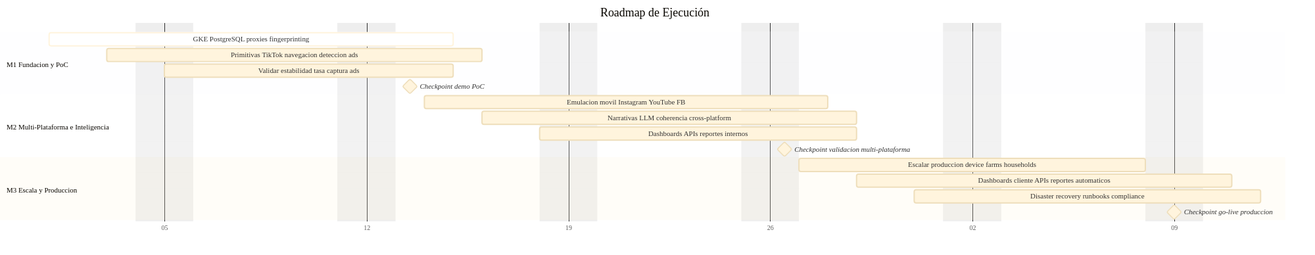
Before: docs/presentation/visuals/renders/03_timeline.png, a diagram exported from Mermaid (SeenkaMedia/persona). Its source is kept beside it as docs/presentation/visuals/03_timeline.mmd. Source of this version:
```mermaid
%%{init: {'theme':'base', 'themeVariables': { 'fontSize':'28px', 'fontFamily':'Lato'}, 'gantt': {'useWidth': 2000}}}%%

gantt
    title Roadmap de Ejecución
    dateFormat YYYY-MM-DD
    axisFormat %d
    excludes weekends

    section M1 Fundacion y PoC
    GKE PostgreSQL proxies fingerprinting       :active, m1a, 2025-01-01, 10d
    Primitivas TikTok navegacion deteccion ads    :m1b, 2025-01-03, 9d
    Validar estabilidad tasa captura ads         :m1c, 2025-01-05, 8d
    Checkpoint demo PoC                             :milestone, m1d, 2025-01-13, 1d

    section M2 Multi-Plataforma e Inteligencia
    Emulacion movil Instagram YouTube FB      :m2a, 2025-01-14, 10d
    Narrativas LLM coherencia cross-platform    :m2b, 2025-01-16, 9d
    Dashboards APIs reportes internos           :m2c, 2025-01-18, 8d
    Checkpoint validacion multi-plataforma            :milestone, m2d, 2025-01-26, 1d

    section M3 Escala y Produccion
    Escalar produccion device farms households   :m3a, 2025-01-27, 10d
    Dashboards cliente APIs reportes automaticos   :m3b, 2025-01-29, 9d
    Disaster recovery runbooks compliance      :m3c, 2025-01-31, 8d
    Checkpoint go-live produccion                   :milestone, m3d, 2025-02-08, 1d
```
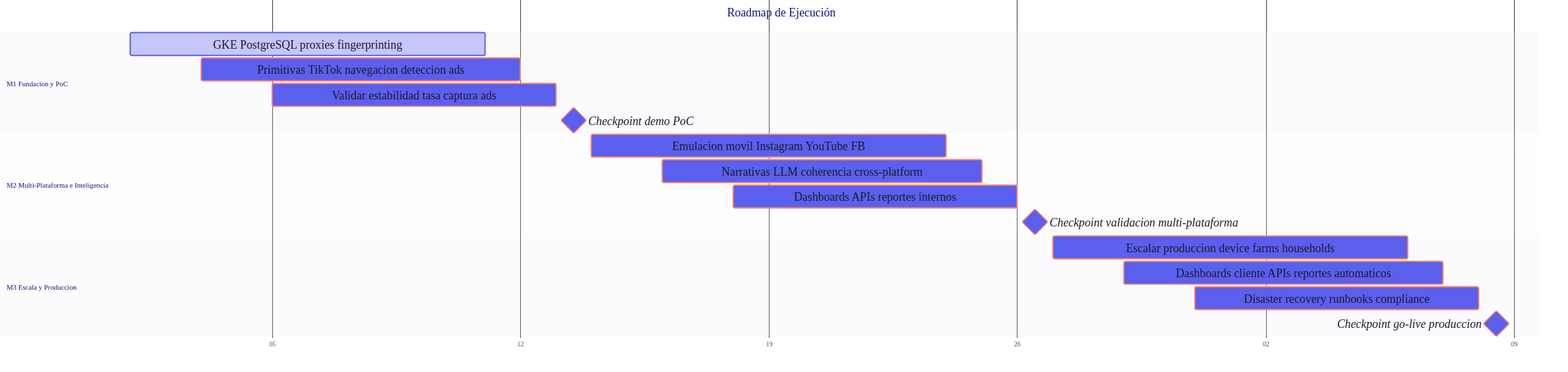
Above is the later version.

The edit, as a diff of the source:
```diff
@@ -1,25 +1,24 @@
-%%{init: {'theme':'base', 'themeVariables': { 'fontSize':'28px', 'fontFamily':'Lato'}, 'gantt': {'useWidth': 2000}}}%%
+%%{init: {'theme':'base', 'themeVariables': { 'fontSize':'20px', 'fontFamily':'Lato', 'primaryColor':'#5B5FED', 'primaryTextColor':'#1a1a2e', 'primaryBorderColor':'#FF7F6A', 'lineColor':'#555555', 'gridColor':'#555555', 'todayLineColor':'#FF7F6A', 'sectionBkgColor':'#E8E9F5', 'altSectionBkgColor':'#F8F9FA', 'sectionBkgColor2':'#F0F1FF'}, 'gantt': {'useWidth': 2400, 'fontSize': 18, 'numberSectionStyles': 3, 'axisFormat': '%d', 'gridLineStartPadding': 0, 'leftPadding': 200, 'barHeight': 35}}}%%
 
 gantt
     title Roadmap de Ejecución
     dateFormat YYYY-MM-DD
     axisFormat %d
-    excludes weekends
 
     section M1 Fundacion y PoC
-    GKE PostgreSQL proxies fingerprinting       :active, m1a, 2025-01-01, 10d
-    Primitivas TikTok navegacion deteccion ads    :m1b, 2025-01-03, 9d
-    Validar estabilidad tasa captura ads         :m1c, 2025-01-05, 8d
-    Checkpoint demo PoC                             :milestone, m1d, 2025-01-13, 1d
+    GKE PostgreSQL proxies fingerprinting :active, m1a, 2025-01-01, 10d
+    Primitivas TikTok navegacion deteccion ads :m1b, 2025-01-03, 9d
+    Validar estabilidad tasa captura ads :m1c, 2025-01-05, 8d
+    Checkpoint demo PoC :milestone, m1d, 2025-01-13, 1d
 
     section M2 Multi-Plataforma e Inteligencia
-    Emulacion movil Instagram YouTube FB      :m2a, 2025-01-14, 10d
-    Narrativas LLM coherencia cross-platform    :m2b, 2025-01-16, 9d
-    Dashboards APIs reportes internos           :m2c, 2025-01-18, 8d
-    Checkpoint validacion multi-plataforma            :milestone, m2d, 2025-01-26, 1d
+    Emulacion movil Instagram YouTube FB :m2a, 2025-01-14, 10d
+    Narrativas LLM coherencia cross-platform :m2b, 2025-01-16, 9d
+    Dashboards APIs reportes internos :m2c, 2025-01-18, 8d
+    Checkpoint validacion multi-plataforma :milestone, m2d, 2025-01-26, 1d
 
     section M3 Escala y Produccion
-    Escalar produccion device farms households   :m3a, 2025-01-27, 10d
-    Dashboards cliente APIs reportes automaticos   :m3b, 2025-01-29, 9d
-    Disaster recovery runbooks compliance      :m3c, 2025-01-31, 8d
-    Checkpoint go-live produccion                   :milestone, m3d, 2025-02-08, 1d
+    Escalar produccion device farms households :m3a, 2025-01-27, 10d
+    Dashboards cliente APIs reportes automaticos :m3b, 2025-01-29, 9d
+    Disaster recovery runbooks compliance :m3c, 2025-01-31, 8d
+    Checkpoint go-live produccion :milestone, m3d, 2025-02-08, 1d
```
